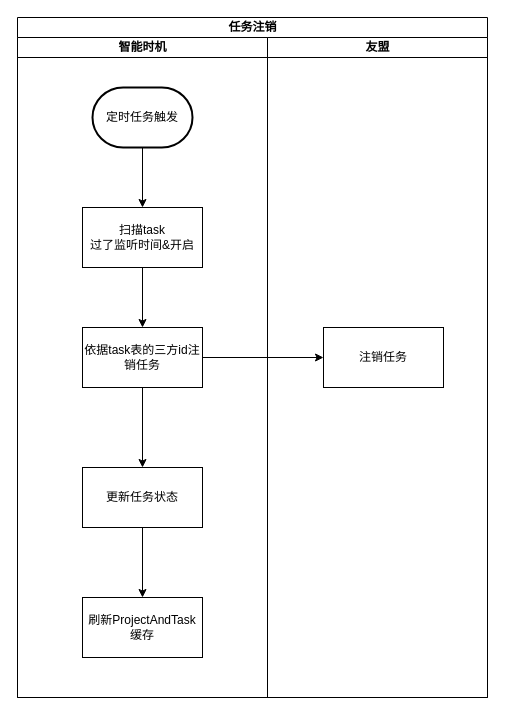
Above: page "任务注销" (3 of 5) of 智能时机服务.drawio in ABIN-DS/flowchart (draw.io), before the change. Source tidied: cells renumbered, new cells numbered last; positions are measured from the earlier drawing's top-left corner, leaving out a move shared by most shapes. Both pictures are drawn from the tidied source at 100%, with x=0, y=0 at pixel (17, 17).
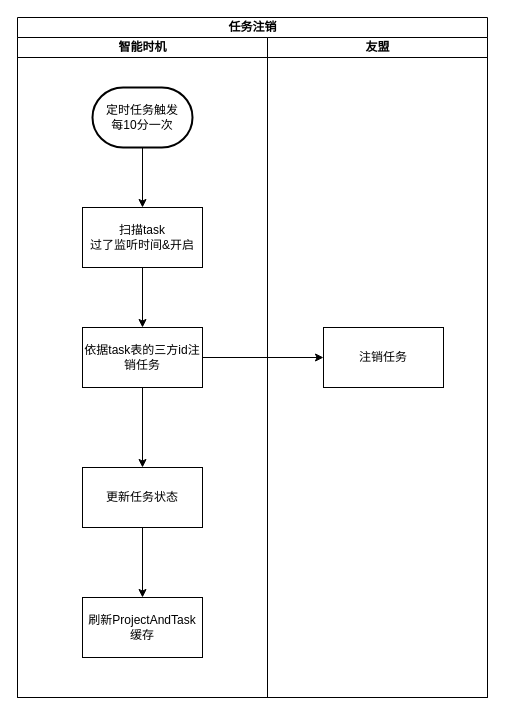
After the change.

Diff of the diagram source:
```diff
@@
 <mxGraphModel>
   <root>
     <mxCell id="0" />
     <mxCell id="1" parent="0" />
     <mxCell id="2" value="任务注销" style="swimlane;startSize=20;html=1;" parent="1" vertex="1">
       <mxGeometry width="470" height="680" as="geometry" />
     </mxCell>
     <mxCell id="3" value="智能时机" style="swimlane;startSize=20;html=1;" parent="2" vertex="1">
       <mxGeometry y="20" width="250" height="660" as="geometry" />
     </mxCell>
     <mxCell id="4" value="扫描task&lt;br&gt;过了监听时间&amp;amp;开启" style="rounded=0;whiteSpace=wrap;html=1;" parent="3" vertex="1">
       <mxGeometry x="65" y="170" width="120" height="60" as="geometry" />
     </mxCell>
     <mxCell id="5" style="edgeStyle=orthogonalEdgeStyle;rounded=0;jettySize=auto;html=1;" parent="3" edge="1" source="6" target="4">
       <mxGeometry relative="1" as="geometry" />
     </mxCell>
-    <mxCell id="6" value="定时任务触发" style="strokeWidth=2;html=1;shape=mxgraph.flowchart.terminator;whiteSpace=wrap;" parent="3" vertex="1">
+    <mxCell id="6" value="定时任务触发&lt;div&gt;每10分一次&lt;/div&gt;" style="strokeWidth=2;html=1;shape=mxgraph.flowchart.terminator;whiteSpace=wrap;" parent="3" vertex="1">
       <mxGeometry x="75" y="50" width="100" height="60" as="geometry" />
     </mxCell>
     <mxCell id="7" value="刷新ProjectAndTask缓存" style="rounded=0;whiteSpace=wrap;html=1;" parent="3" vertex="1">
       <mxGeometry x="65" y="560" width="120" height="60" as="geometry" />
     </mxCell>
     <mxCell id="8" value="友盟" style="swimlane;startSize=20;html=1;" parent="2" vertex="1">
       <mxGeometry x="250" y="20" width="220" height="660" as="geometry" />
     </mxCell>
     <mxCell id="9" style="edgeStyle=orthogonalEdgeStyle;rounded=0;jettySize=auto;html=1;" parent="8" edge="1" source="10" target="11">
       <mxGeometry relative="1" as="geometry" />
     </mxCell>
     <mxCell id="10" value="依据task表的三方id注销任务" style="rounded=0;whiteSpace=wrap;html=1;" parent="8" vertex="1">
       <mxGeometry x="-185" y="290" width="120" height="60" as="geometry" />
     </mxCell>
     <mxCell id="11" value="更新任务状态" style="rounded=0;whiteSpace=wrap;html=1;" parent="8" vertex="1">
       <mxGeometry x="-185" y="430" width="120" height="60" as="geometry" />
     </mxCell>
     <mxCell id="12" value="注销任务" style="rounded=0;whiteSpace=wrap;html=1;" parent="8" vertex="1">
       <mxGeometry x="56" y="290" width="120" height="60" as="geometry" />
     </mxCell>
     <mxCell id="13" style="edgeStyle=orthogonalEdgeStyle;rounded=0;jettySize=auto;html=1;entryX=0;entryY=0.5;entryDx=0;entryDy=0;" parent="8" edge="1" source="10" target="12">
       <mxGeometry relative="1" as="geometry" />
     </mxCell>
     <mxCell id="14" style="edgeStyle=orthogonalEdgeStyle;rounded=0;jettySize=auto;html=1;entryX=0.5;entryY=0;entryDx=0;entryDy=0;exitX=0.5;exitY=1;exitDx=0;exitDy=0;" parent="2" edge="1" source="4" target="10">
       <mxGeometry relative="1" as="geometry" />
     </mxCell>
     <mxCell id="15" style="edgeStyle=orthogonalEdgeStyle;rounded=0;jettySize=auto;html=1;exitX=0.5;exitY=1;exitDx=0;exitDy=0;" parent="2" edge="1" source="11" target="7">
       <mxGeometry relative="1" as="geometry" />
     </mxCell>
   </root>
 </mxGraphModel>
```
